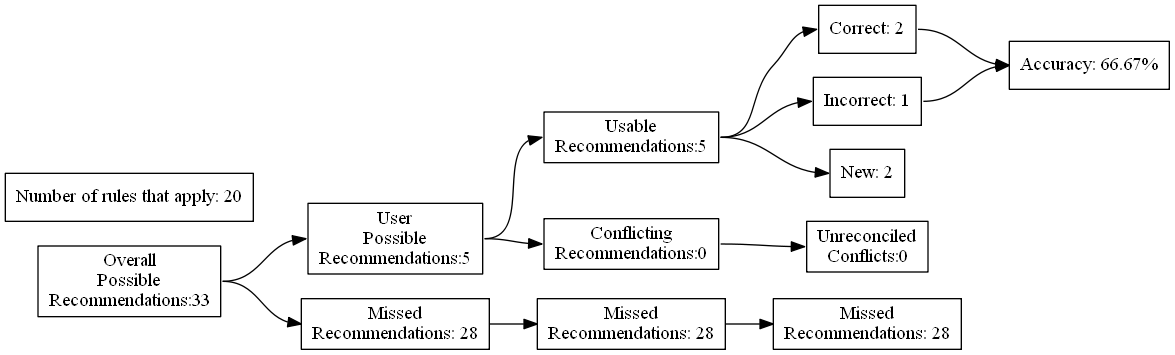
The Graphviz diagram test_renders/50.gv.png in ZaxR/ibd_diet_analysis, before a commit. Its source is kept beside it as test_renders/50.gv.
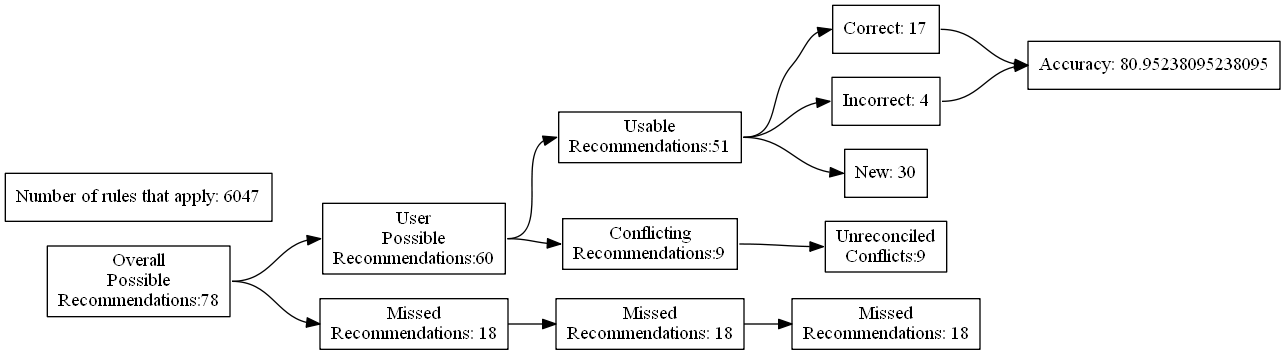
After the commit.

Change to the diagram source:
```diff
@@ -4,27 +4,27 @@
 	edge [headport=w tailport=e]
 		A [label="Overall
 Possible
-Recommendations:33"]
+Recommendations:78"]
 		B [label="User
 Possible
-Recommendations:5"]
+Recommendations:60"]
 		C [label="Missed
-Recommendations: 28"]
+Recommendations: 18"]
 		D [label="Usable
-Recommendations:5"]
+Recommendations:51"]
 		E [label="Conflicting
-Recommendations:0"]
+Recommendations:9"]
 		J [label="Missed
-Recommendations: 28"]
+Recommendations: 18"]
 		M [label="Unreconciled
-Conflicts:0"]
-		F [label="Correct: 2"]
-		G [label="Incorrect: 1"]
-		H [label="New: 2"]
+Conflicts:9"]
+		F [label="Correct: 17"]
+		G [label="Incorrect: 4"]
+		H [label="New: 30"]
 		K [label="Missed
-Recommendations: 28"]
-		I [label="Accuracy: 66.67%"]
-		l [label="Number of rules that apply: 20"]
+Recommendations: 18"]
+		I [label="Accuracy: 80.95238095238095"]
+		l [label="Number of rules that apply: 6047"]
 			A -> B
 			A -> C
 			B -> D
```
